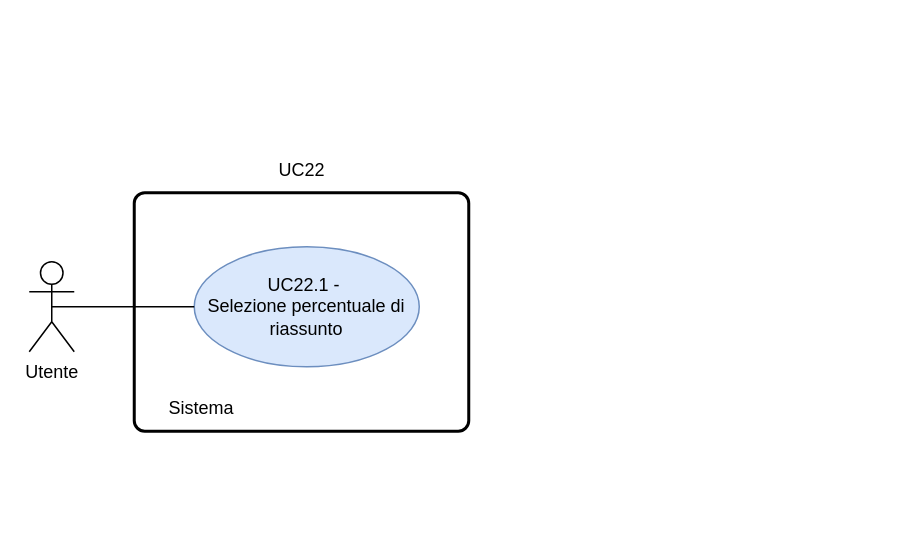
Before: RTB/doc_esterna/analisi-dei-requisiti/assets/draw.io/UC22.1.drawio in thebitless-group-swe/thebitless.github.io, a draw.io diagram. Source tidied: cells renumbered, new cells numbered last; positions are measured from the earlier drawing's top-left corner, leaving out a move shared by most shapes. Both pictures are drawn from the tidied source at 150%, with x=0, y=0 at pixel (28, 147).
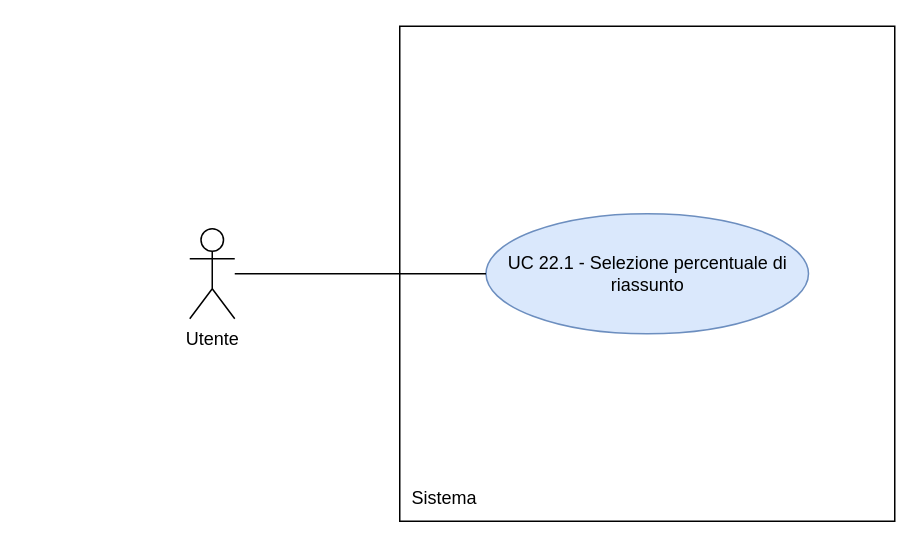
Above is the later version.

The edit, as a diff of the source:
```diff
@@
 <mxGraphModel>
   <root>
     <mxCell id="0" />
     <mxCell id="1" parent="0" />
-    <mxCell id="2" style="rounded=1;whiteSpace=wrap;html=1;absoluteArcSize=1;arcSize=14;strokeWidth=2;" parent="1" vertex="1">
-      <mxGeometry x="70" y="30" width="223" height="159" as="geometry" />
-    </mxCell>
     <mxCell id="3" value="Utente" style="shape=umlActor;verticalLabelPosition=bottom;verticalAlign=top;html=1;outlineConnect=0;" parent="1" vertex="1">
-      <mxGeometry y="76" width="30" height="60" as="geometry" />
+      <mxGeometry x="107" y="54" width="30" height="60" as="geometry" />
     </mxCell>
+    <mxCell id="9" style="whiteSpace=wrap;html=1;" parent="1" vertex="1">
+      <mxGeometry x="247" y="-81" width="330" height="330" as="geometry" />
+    </mxCell>
     <mxCell id="4" value="Sistema" style="text;html=1;whiteSpace=wrap;strokeColor=none;fillColor=none;align=center;verticalAlign=middle;rounded=0;" parent="1" vertex="1">
-      <mxGeometry x="70" y="159" width="90" height="30" as="geometry" />
+      <mxGeometry x="247" y="219" width="60" height="30" as="geometry" />
     </mxCell>
-    <mxCell id="5" value="UC22.1 -&amp;nbsp;&lt;div&gt;Selezione percentuale di riassunto&lt;/div&gt;" style="ellipse;whiteSpace=wrap;html=1;fillColor=#dae8fc;strokeColor=#6c8ebf;" parent="1" vertex="1">
-      <mxGeometry x="110" y="66" width="150" height="80" as="geometry" />
-    </mxCell>
-    <mxCell id="6" style="endArrow=none;html=1;rounded=0;exitX=0.5;exitY=0.5;exitDx=0;exitDy=0;exitPerimeter=0;entryX=0;entryY=0.5;entryDx=0;entryDy=0;" parent="1" edge="1" source="3" target="5">
-      <mxGeometry relative="1" as="geometry" />
-    </mxCell>
-    <mxCell id="7" style="rounded=0;orthogonalLoop=1;jettySize=auto;html=1;exitX=0;exitY=0;exitDx=0;exitDy=0;entryX=0.901;entryY=0.733;entryDx=0;entryDy=0;entryPerimeter=0;dashed=1;" parent="1" edge="1">
-      <mxGeometry relative="1" as="geometry">
-        <mxPoint x="254.1" y="120" as="targetPoint" />
-      </mxGeometry>
-    </mxCell>
-    <mxCell id="8" value="UC22" style="text;html=1;whiteSpace=wrap;strokeColor=none;fillColor=none;align=center;verticalAlign=middle;rounded=0;" parent="1" vertex="1">
-      <mxGeometry x="151.5" width="60" height="30" as="geometry" />
-    </mxCell>
+    <mxCell id="10" value="UC 22.1 - Selezione percentuale di riassunto" style="ellipse;whiteSpace=wrap;html=1;fillColor=#dae8fc;strokeColor=#6c8ebf;" parent="1" vertex="1">
+      <mxGeometry x="304.5" y="44" width="215" height="80" as="geometry" />
+    </mxCell>
+    <mxCell id="11" style="edgeStyle=none;rounded=0;jettySize=auto;html=1;endArrow=none;endFill=0;" parent="1" edge="1" source="3" target="10">
+      <mxGeometry relative="1" as="geometry" />
+    </mxCell>
   </root>
 </mxGraphModel>
```
